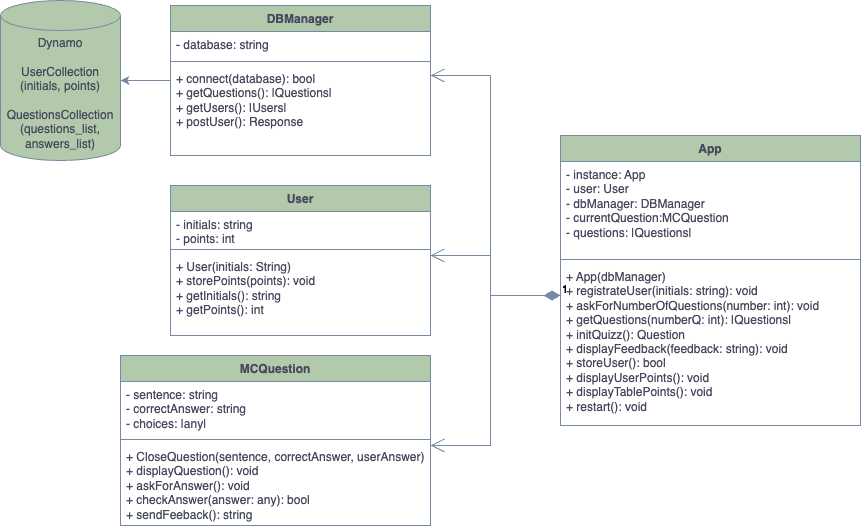
This is diagram.png from EduardoCorVal/QuizzApp, a draw.io export, as it was before one commit. Source tidied: cells renumbered, new cells last; positions are measured from the earlier drawing's top-left corner, leaving out a move shared by most shapes.
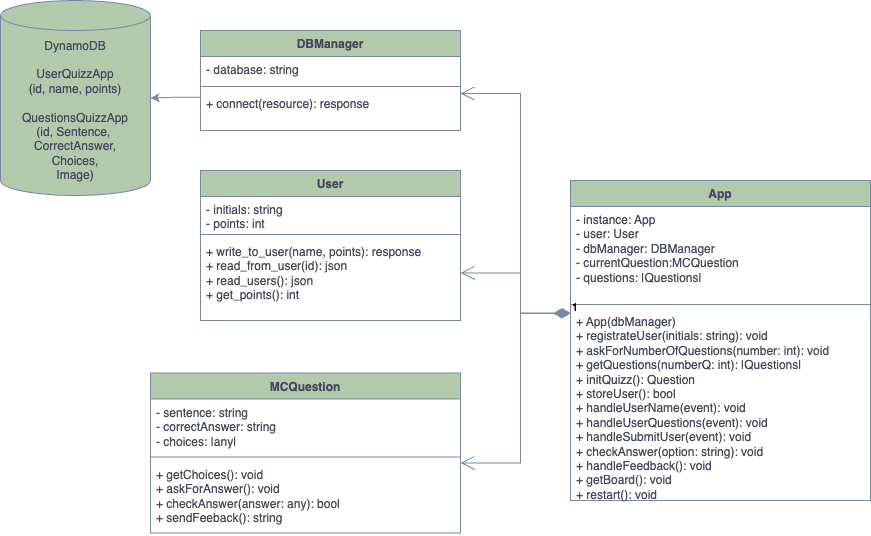
Above is the later version.

What changed in the source:
```diff
@@ -2,11 +2,11 @@
   <root>
     <mxCell id="0" />
     <mxCell id="1" parent="0" />
-    <mxCell id="2" value="Dynamo&lt;br&gt;&lt;br&gt;UserCollection&lt;br&gt;(initials, points)&lt;br&gt;&lt;br&gt;QuestionsCollection&lt;br&gt;(questions_list,&lt;br&gt;answers_list)" style="shape=cylinder3;whiteSpace=wrap;html=1;boundedLbl=1;backgroundOutline=1;size=15;labelBackgroundColor=none;fillColor=#B2C9AB;strokeColor=#788AA3;fontColor=#46495D;" parent="1" vertex="1">
-      <mxGeometry width="120" height="160" as="geometry" />
+    <mxCell id="2" value="DynamoDB&lt;br&gt;&lt;br&gt;UserQuizzApp&lt;br&gt;(id, name&lt;span style=&quot;background-color: initial;&quot;&gt;, points)&lt;/span&gt;&lt;br&gt;&lt;br&gt;QuestionsQuizzApp&lt;br&gt;(id,&amp;nbsp;Sentence,&amp;nbsp;&lt;br&gt;CorrectAnswer,&lt;br&gt;Choices,&lt;br&gt;Image)" style="shape=cylinder3;whiteSpace=wrap;html=1;boundedLbl=1;backgroundOutline=1;size=15;labelBackgroundColor=none;fillColor=#B2C9AB;strokeColor=#788AA3;fontColor=#46495D;" parent="1" vertex="1">
+      <mxGeometry x="40" y="-5" width="150" height="195" as="geometry" />
     </mxCell>
     <mxCell id="3" value="DBManager" style="swimlane;fontStyle=1;align=center;verticalAlign=top;horizontal=1;startSize=26;whiteSpace=wrap;html=1;fontColor=#46495D;labelBackgroundColor=none;fillColor=#B2C9AB;strokeColor=#788AA3;" parent="1" vertex="1">
-      <mxGeometry x="170" y="5" width="260" height="150" as="geometry" />
+      <mxGeometry x="240" y="25" width="260" height="100" as="geometry" />
     </mxCell>
     <mxCell id="4" value="- database: string" style="text;strokeColor=none;fillColor=none;align=left;verticalAlign=top;spacingLeft=4;spacingRight=4;overflow=hidden;whiteSpace=wrap;html=1;fontColor=#46495D;labelBackgroundColor=none;" parent="3" vertex="1">
       <mxGeometry y="26" width="260" height="26" as="geometry" />
@@ -14,11 +14,11 @@
     <mxCell id="5" style="line;strokeWidth=1;fillColor=none;align=left;verticalAlign=middle;spacingTop=-1;spacingLeft=3;spacingRight=3;labelPosition=right;strokeColor=#788AA3;fontColor=#46495D;labelBackgroundColor=none;" parent="3" vertex="1">
       <mxGeometry y="52" width="260" height="8" as="geometry" />
     </mxCell>
-    <mxCell id="6" value="+ connect(database): bool&lt;br&gt;+ getQuestions(): |Questions|&lt;br&gt;+ getUsers(): |Users|&lt;br&gt;+ postUser(): Response" style="text;strokeColor=none;fillColor=none;align=left;verticalAlign=top;spacingLeft=4;spacingRight=4;overflow=hidden;points=[[0,0.5],[1,0.5]];portConstraint=eastwest;whiteSpace=wrap;html=1;fontColor=#46495D;labelBackgroundColor=none;" parent="3" vertex="1">
-      <mxGeometry y="60" width="260" height="90" as="geometry" />
+    <mxCell id="6" value="+ connect(resource): response&lt;br&gt;" style="text;strokeColor=none;fillColor=none;align=left;verticalAlign=top;spacingLeft=4;spacingRight=4;overflow=hidden;points=[[0,0.5],[1,0.5]];portConstraint=eastwest;whiteSpace=wrap;html=1;fontColor=#46495D;labelBackgroundColor=none;" parent="3" vertex="1">
+      <mxGeometry y="60" width="260" height="40" as="geometry" />
     </mxCell>
     <mxCell id="7" value="App" style="swimlane;fontStyle=1;align=center;verticalAlign=top;horizontal=1;startSize=26;whiteSpace=wrap;html=1;fontColor=#46495D;labelBackgroundColor=none;fillColor=#B2C9AB;strokeColor=#788AA3;" parent="1" vertex="1">
-      <mxGeometry x="560" y="135" width="300" height="290" as="geometry" />
+      <mxGeometry x="610" y="175" width="300" height="320" as="geometry" />
     </mxCell>
     <mxCell id="8" value="- instance: App&lt;br&gt;- user: User&lt;br&gt;- dbManager: DBManager&lt;br&gt;- currentQuestion:MCQuestion&amp;nbsp;&lt;br&gt;- questions: |Questions|" style="text;strokeColor=none;fillColor=none;align=left;verticalAlign=top;spacingLeft=4;spacingRight=4;overflow=hidden;whiteSpace=wrap;html=1;fontColor=#46495D;labelBackgroundColor=none;" parent="7" vertex="1">
       <mxGeometry y="26" width="300" height="94" as="geometry" />
@@ -26,11 +26,11 @@
     <mxCell id="9" style="line;strokeWidth=1;fillColor=none;align=left;verticalAlign=middle;spacingTop=-1;spacingLeft=3;spacingRight=3;labelPosition=right;strokeColor=#788AA3;fontColor=#46495D;labelBackgroundColor=none;" parent="7" vertex="1">
       <mxGeometry y="120" width="300" height="8" as="geometry" />
     </mxCell>
-    <mxCell id="10" value="+ App(dbManager)&lt;br&gt;+ registrateUser(initials: string): void&lt;br&gt;+ askForNumberOfQuestions(number: int): void&lt;br&gt;+ getQuestions(numberQ: int): |Questions|&lt;br&gt;+ initQuizz(): Question&lt;br&gt;+ displayFeedback(feedback: string): void&lt;br&gt;+ storeUser(): bool&lt;br&gt;+ displayUserPoints(): void&lt;br&gt;+ displayTablePoints(): void&lt;br&gt;+ restart(): void" style="text;strokeColor=none;fillColor=none;align=left;verticalAlign=top;spacingLeft=4;spacingRight=4;overflow=hidden;whiteSpace=wrap;html=1;fontColor=#46495D;labelBackgroundColor=none;" parent="7" vertex="1">
-      <mxGeometry y="128" width="300" height="162" as="geometry" />
+    <mxCell id="10" value="+ App(dbManager)&lt;br&gt;+ registrateUser(initials: string): void&lt;br&gt;+ askForNumberOfQuestions(number: int): void&lt;br&gt;+ getQuestions(numberQ: int): |Questions|&lt;br&gt;+ initQuizz(): Question&lt;br&gt;+ storeUser(): bool&lt;br&gt;+ handleUserName(event): void&lt;br&gt;+ handleUserQuestions(event): void&lt;br&gt;+ handleSubmitUser(event): void&lt;br&gt;+ checkAnswer(option: string): void&lt;br&gt;+ handleFeedback(): void&lt;br&gt;+ getBoard(): void&lt;br&gt;+ restart(): void" style="text;strokeColor=none;fillColor=none;align=left;verticalAlign=top;spacingLeft=4;spacingRight=4;overflow=hidden;whiteSpace=wrap;html=1;fontColor=#46495D;labelBackgroundColor=none;" parent="7" vertex="1">
+      <mxGeometry y="128" width="300" height="192" as="geometry" />
     </mxCell>
     <mxCell id="11" value="User" style="swimlane;fontStyle=1;align=center;verticalAlign=top;horizontal=1;startSize=26;whiteSpace=wrap;html=1;fontColor=#46495D;labelBackgroundColor=none;fillColor=#B2C9AB;strokeColor=#788AA3;" parent="1" vertex="1">
-      <mxGeometry x="170" y="185" width="260" height="150" as="geometry" />
+      <mxGeometry x="240" y="165" width="260" height="150" as="geometry" />
     </mxCell>
     <mxCell id="12" value="- initials: string&lt;br&gt;- points: int" style="text;strokeColor=none;fillColor=none;align=left;verticalAlign=top;spacingLeft=4;spacingRight=4;overflow=hidden;whiteSpace=wrap;html=1;fontColor=#46495D;labelBackgroundColor=none;" parent="11" vertex="1">
       <mxGeometry y="26" width="260" height="34" as="geometry" />
@@ -38,11 +38,11 @@
     <mxCell id="13" style="line;strokeWidth=1;fillColor=none;align=left;verticalAlign=middle;spacingTop=-1;spacingLeft=3;spacingRight=3;labelPosition=right;strokeColor=#788AA3;fontColor=#46495D;labelBackgroundColor=none;" parent="11" vertex="1">
       <mxGeometry y="60" width="260" height="8" as="geometry" />
     </mxCell>
-    <mxCell id="14" value="+ User(initials: String)&lt;br&gt;+ storePoints(points): void&lt;br&gt;+ getInitials(): string&lt;br&gt;+ getPoints(): int" style="text;strokeColor=none;fillColor=none;align=left;verticalAlign=top;spacingLeft=4;spacingRight=4;overflow=hidden;whiteSpace=wrap;html=1;fontColor=#46495D;labelBackgroundColor=none;" parent="11" vertex="1">
+    <mxCell id="14" value="+ write_to_user(name, points): response&lt;br&gt;+ read_from_user(id): json&lt;br&gt;+ read_users(): json&lt;br&gt;+ get_points(): int" style="text;strokeColor=none;fillColor=none;align=left;verticalAlign=top;spacingLeft=4;spacingRight=4;overflow=hidden;whiteSpace=wrap;html=1;fontColor=#46495D;labelBackgroundColor=none;" parent="11" vertex="1">
       <mxGeometry y="68" width="260" height="82" as="geometry" />
     </mxCell>
     <mxCell id="15" value="MCQuestion" style="swimlane;fontStyle=1;align=center;verticalAlign=top;horizontal=1;startSize=26;whiteSpace=wrap;html=1;fontColor=#46495D;labelBackgroundColor=none;fillColor=#B2C9AB;strokeColor=#788AA3;" parent="1" vertex="1">
-      <mxGeometry x="120" y="355" width="310" height="170" as="geometry" />
+      <mxGeometry x="190" y="367.5" width="310" height="160" as="geometry" />
     </mxCell>
     <mxCell id="16" value="- sentence: string&lt;br&gt;- correctAnswer: string&lt;br&gt;- choices: |any|" style="text;strokeColor=none;fillColor=none;align=left;verticalAlign=top;spacingLeft=4;spacingRight=4;overflow=hidden;whiteSpace=wrap;html=1;fontColor=#46495D;labelBackgroundColor=none;" parent="15" vertex="1">
       <mxGeometry y="26" width="310" height="54" as="geometry" />
@@ -50,14 +50,14 @@
     <mxCell id="17" style="line;strokeWidth=1;fillColor=none;align=left;verticalAlign=middle;spacingTop=-1;spacingLeft=3;spacingRight=3;labelPosition=right;strokeColor=#788AA3;fontColor=#46495D;labelBackgroundColor=none;" parent="15" vertex="1">
       <mxGeometry y="80" width="310" height="8" as="geometry" />
     </mxCell>
-    <mxCell id="18" value="+ CloseQuestion(sentence, correctAnswer, userAnswer)&lt;br&gt;+ displayQuestion(): void&lt;br style=&quot;border-color: var(--border-color);&quot;&gt;+ askForAnswer(): void&lt;br&gt;+ checkAnswer(answer: any): bool&lt;br&gt;+ sendFeeback(): string" style="text;strokeColor=none;fillColor=none;align=left;verticalAlign=top;spacingLeft=4;spacingRight=4;overflow=hidden;whiteSpace=wrap;html=1;fontColor=#46495D;labelBackgroundColor=none;" parent="15" vertex="1">
-      <mxGeometry y="88" width="310" height="82" as="geometry" />
+    <mxCell id="18" value="+ getChoices(): void&lt;br style=&quot;border-color: var(--border-color);&quot;&gt;+ askForAnswer(): void&lt;br&gt;+ checkAnswer(answer: any): bool&lt;br&gt;+ sendFeeback(): string" style="text;strokeColor=none;fillColor=none;align=left;verticalAlign=top;spacingLeft=4;spacingRight=4;overflow=hidden;whiteSpace=wrap;html=1;fontColor=#46495D;labelBackgroundColor=none;" parent="15" vertex="1">
+      <mxGeometry y="88" width="310" height="72" as="geometry" />
     </mxCell>
     <mxCell id="19" value="1" style="endArrow=open;html=1;endSize=12;startArrow=diamondThin;startSize=14;startFill=1;edgeStyle=orthogonalEdgeStyle;align=left;verticalAlign=bottom;rounded=0;labelBackgroundColor=none;strokeColor=#788AA3;fontColor=default;" parent="1" edge="1" source="7" target="15">
       <mxGeometry x="-1" y="3" relative="1" as="geometry">
         <Array as="points">
-          <mxPoint x="490" y="295" />
-          <mxPoint x="490" y="445" />
+          <mxPoint x="560" y="307.5" />
+          <mxPoint x="560" y="457.5" />
         </Array>
       </mxGeometry>
     </mxCell>
@@ -67,16 +67,16 @@
     <mxCell id="21" value="1" style="endArrow=open;html=1;endSize=12;startArrow=diamondThin;startSize=14;startFill=1;edgeStyle=orthogonalEdgeStyle;align=left;verticalAlign=bottom;rounded=0;labelBackgroundColor=none;strokeColor=#788AA3;fontColor=default;" parent="1" edge="1" source="7" target="11">
       <mxGeometry x="-1" y="3" relative="1" as="geometry">
         <Array as="points">
-          <mxPoint x="490" y="295" />
-          <mxPoint x="490" y="255" />
+          <mxPoint x="560" y="307.5" />
+          <mxPoint x="560" y="267.5" />
         </Array>
       </mxGeometry>
     </mxCell>
     <mxCell id="22" value="1" style="endArrow=open;html=1;endSize=12;startArrow=diamondThin;startSize=14;startFill=1;edgeStyle=orthogonalEdgeStyle;align=left;verticalAlign=bottom;rounded=0;labelBackgroundColor=none;strokeColor=#788AA3;fontColor=default;" parent="1" edge="1" source="7" target="3">
       <mxGeometry x="-1" y="3" relative="1" as="geometry">
         <Array as="points">
-          <mxPoint x="490" y="295" />
-          <mxPoint x="490" y="75" />
+          <mxPoint x="560" y="308" />
+          <mxPoint x="560" y="88" />
         </Array>
       </mxGeometry>
     </mxCell>
```
